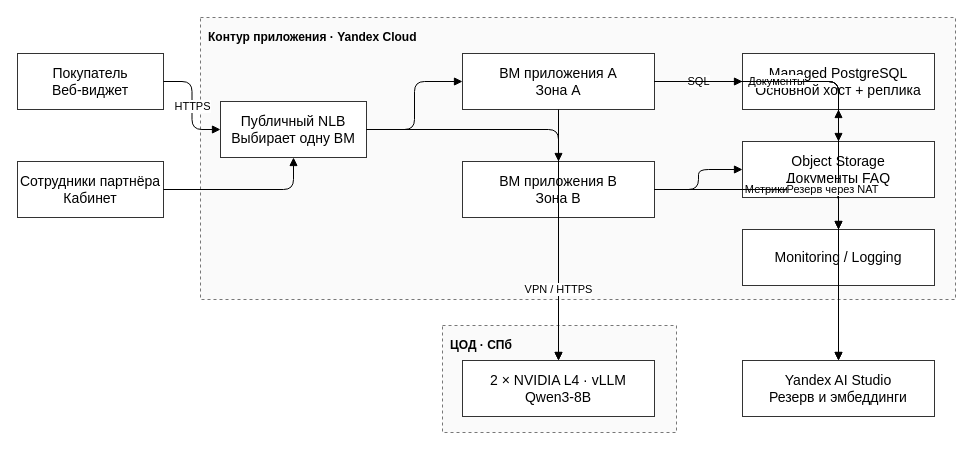
Before: page "Production с GPU" (4 of 4) of lab4/diagrams/faq-ai.drawio in Roman-Elchiyan/2026_2027-cloud-platforms-as-the-basis-of-technology-entrepreneurship-u4225-Elchiyan_R_R, a draw.io diagram. Source tidied: cells renumbered, new cells numbered last; positions are measured from the earlier drawing's top-left corner, leaving out a move shared by most shapes. Both pictures are drawn from the tidied source at 100%, with x=0, y=0 at pixel (17, 17).
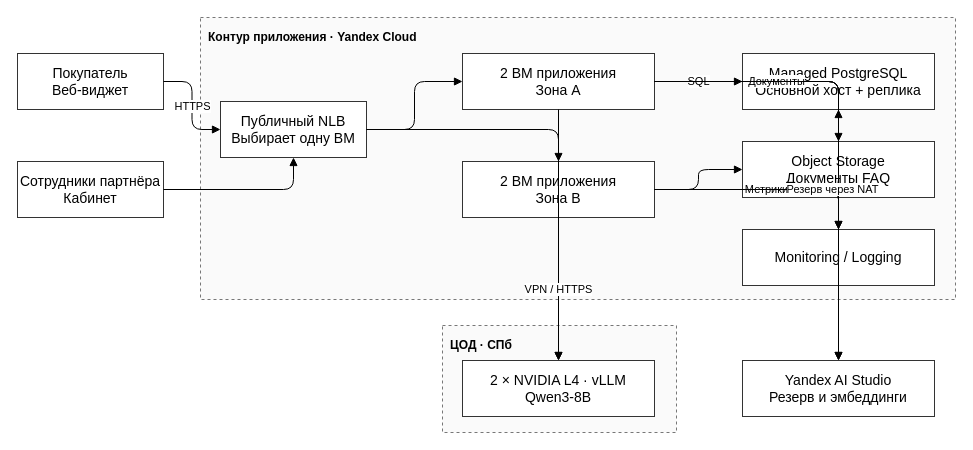
After the change.

What changed in the source:
```diff
@@
-    <mxCell id="5" value="ВМ приложения A&lt;br&gt;Зона A" style="whiteSpace=wrap;html=1;fillColor=#ffffff;strokeColor=#333333;fontSize=14;" parent="1" vertex="1">
+    <mxCell id="5" value="2 ВМ приложения&lt;br&gt;Зона A" style="whiteSpace=wrap;html=1;fillColor=#ffffff;strokeColor=#333333;fontSize=14;" parent="1" vertex="1">
       <mxGeometry x="445" y="36" width="192" height="56" as="geometry" />
     </mxCell>
-    <mxCell id="6" value="ВМ приложения B&lt;br&gt;Зона B" style="whiteSpace=wrap;html=1;fillColor=#ffffff;strokeColor=#333333;fontSize=14;" parent="1" vertex="1">
+    <mxCell id="6" value="2 ВМ приложения&lt;br&gt;Зона B" style="whiteSpace=wrap;html=1;fillColor=#ffffff;strokeColor=#333333;fontSize=14;" parent="1" vertex="1">
       <mxGeometry x="445" y="144" width="192" height="56" as="geometry" />
     </mxCell>
```
